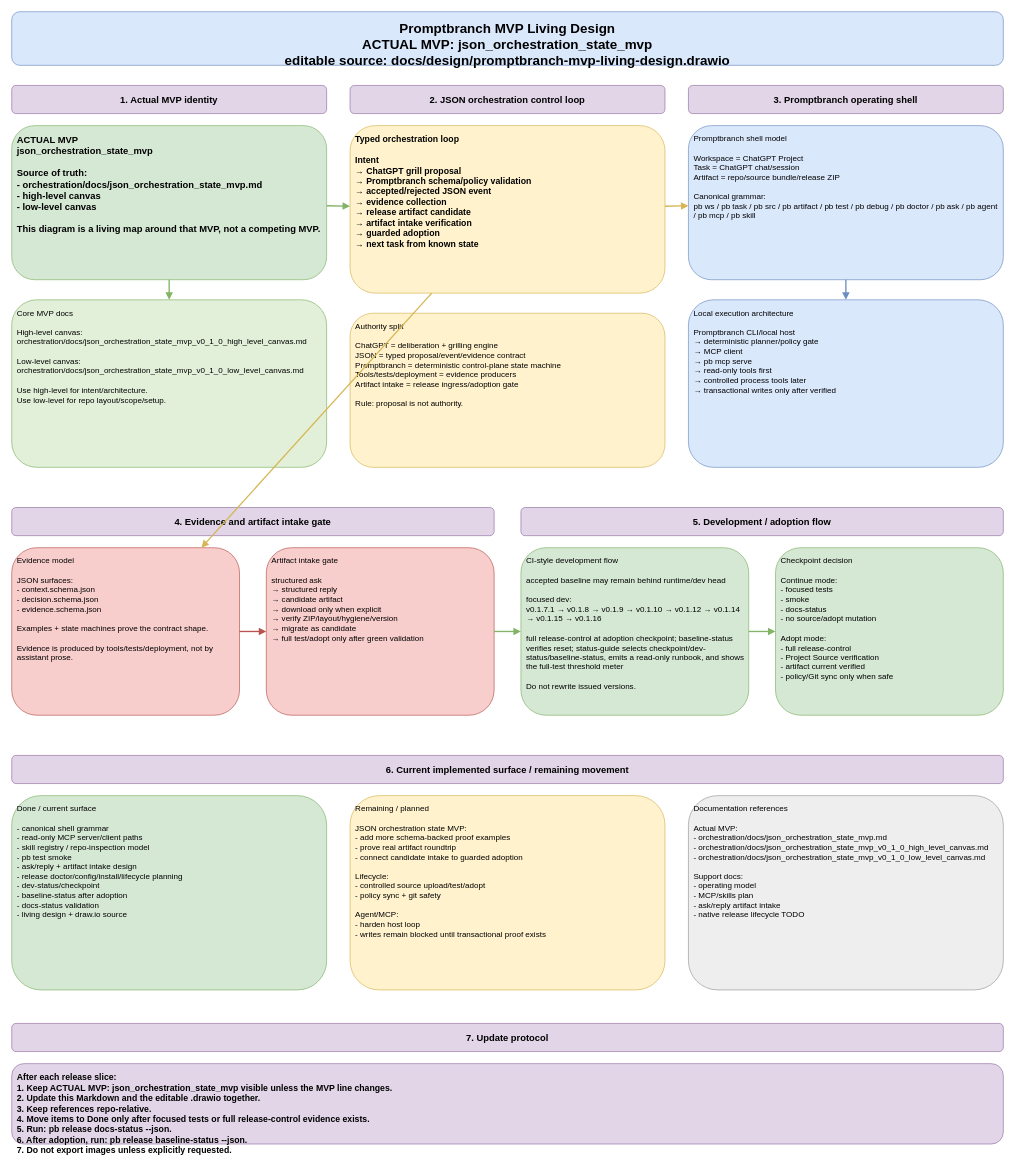
Before: docs/design/promptbranch-mvp-living-design.drawio in spikkie/promptbranch, a draw.io diagram. Source tidied: cells renumbered, new cells numbered last; positions are measured from the earlier drawing's top-left corner, leaving out a move shared by most shapes. Both pictures are drawn from the tidied source at 67%, with x=0, y=0 at pixel (11, 11).
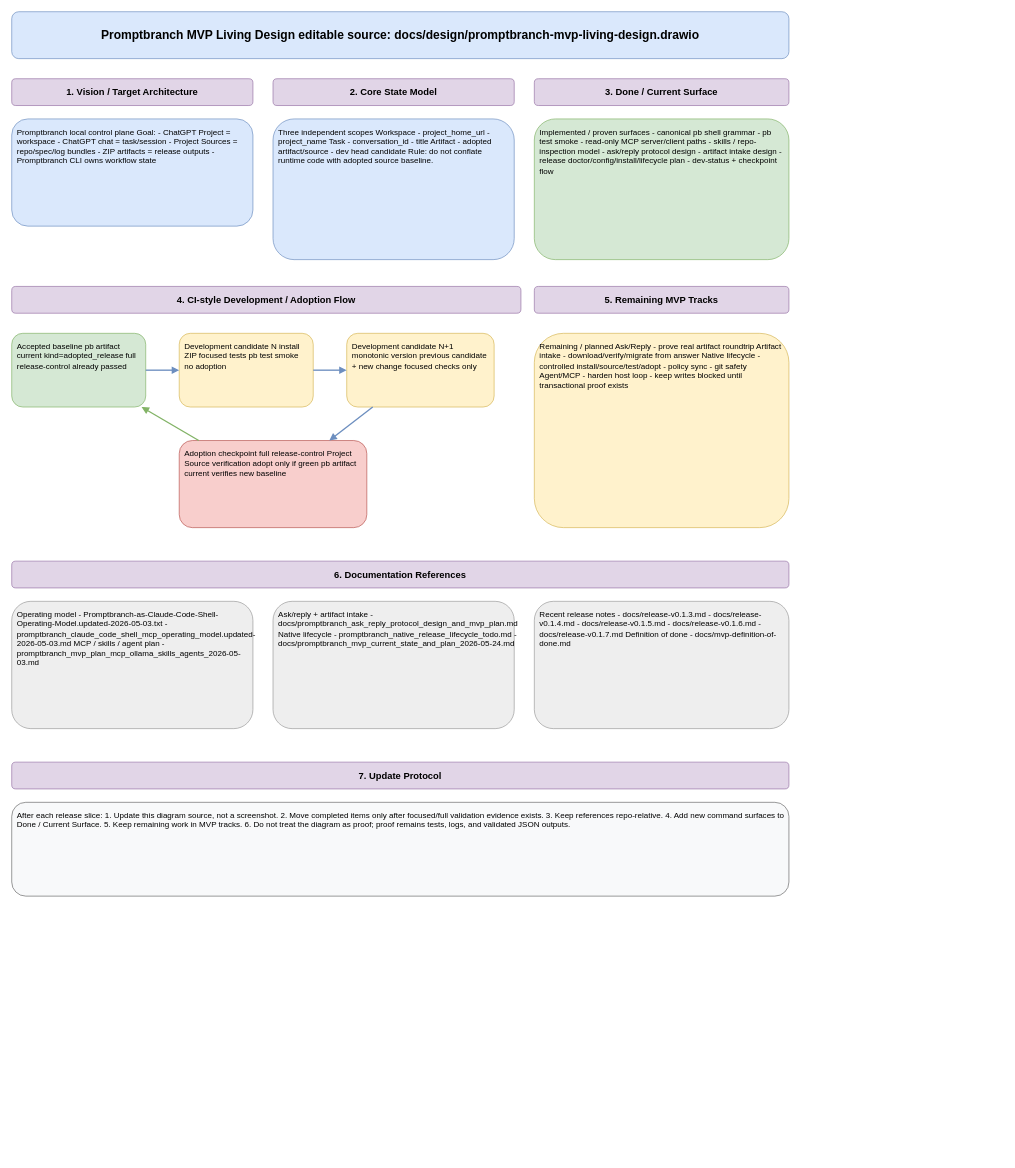
The same page after the edit.

Change to the diagram source:
```diff
@@
-    <mxCell id="2" value="Promptbranch MVP Living Design&#10;ACTUAL MVP: json_orchestration_state_mvp&#10;editable source: docs/design/promptbranch-mvp-living-design.drawio" style="rounded=1;whiteSpace=wrap;html=1;fillColor=#dae8fc;strokeColor=#6c8ebf;fontSize=20;align=center;verticalAlign=top;spacing=8;fontStyle=1;" parent="1" vertex="1">
-      <mxGeometry width="1480" height="80" as="geometry" />
+    <mxCell id="2" value="Promptbranch MVP Living Design editable source: docs/design/promptbranch-mvp-living-design.drawio" style="rounded=1;whiteSpace=wrap;html=1;fillColor=#dae8fc;strokeColor=#6c8ebf;fontStyle=1;fontSize=18;align=center;verticalAlign=middle;" parent="1" vertex="1">
+      <mxGeometry width="1160" height="70" as="geometry" />
     </mxCell>
-    <mxCell id="3" value="1. Actual MVP identity" style="rounded=1;whiteSpace=wrap;html=1;fillColor=#e1d5e7;strokeColor=#9673a6;fontSize=14;align=center;verticalAlign=top;spacing=8;fontStyle=1;" parent="1" vertex="1">
-      <mxGeometry y="110" width="470" height="42" as="geometry" />
-    </mxCell>
-    <mxCell id="4" value="2. JSON orchestration control loop" style="rounded=1;whiteSpace=wrap;html=1;fillColor=#e1d5e7;strokeColor=#9673a6;fontSize=14;align=center;verticalAlign=top;spacing=8;fontStyle=1;" parent="1" vertex="1">
-      <mxGeometry x="505" y="110" width="470" height="42" as="geometry" />
-    </mxCell>
-    <mxCell id="5" value="3. Promptbranch operating shell" style="rounded=1;whiteSpace=wrap;html=1;fillColor=#e1d5e7;strokeColor=#9673a6;fontSize=14;align=center;verticalAlign=top;spacing=8;fontStyle=1;" parent="1" vertex="1">
-      <mxGeometry x="1010" y="110" width="470" height="42" as="geometry" />
-    </mxCell>
-    <mxCell id="6" value="ACTUAL MVP&#10;json_orchestration_state_mvp&#10;&#10;Source of truth:&#10;- orchestration/docs/json_orchestration_state_mvp.md&#10;- high-level canvas&#10;- low-level canvas&#10;&#10;This diagram is a living map around that MVP, not a competing MVP." style="rounded=1;whiteSpace=wrap;html=1;fillColor=#d5e8d4;strokeColor=#82b366;fontSize=14;align=left;verticalAlign=top;spacing=8;fontStyle=1;" parent="1" vertex="1">
-      <mxGeometry y="170" width="470" height="230" as="geometry" />
-    </mxCell>
-    <mxCell id="7" value="Core MVP docs&#10;&#10;High-level canvas:&#10;orchestration/docs/json_orchestration_state_mvp_v0_1_0_high_level_canvas.md&#10;&#10;Low-level canvas:&#10;orchestration/docs/json_orchestration_state_mvp_v0_1_0_low_level_canvas.md&#10;&#10;Use high-level for intent/architecture.&#10;Use low-level for repo layout/scope/setup." style="rounded=1;whiteSpace=wrap;html=1;fillColor=#e2f0d9;strokeColor=#82b366;fontSize=12;align=left;verticalAlign=top;spacing=8;" parent="1" vertex="1">
-      <mxGeometry y="430" width="470" height="250" as="geometry" />
-    </mxCell>
-    <mxCell id="8" value="Typed orchestration loop&#10;&#10;Intent&#10;→ ChatGPT grill proposal&#10;→ Promptbranch schema/policy validation&#10;→ accepted/rejected JSON event&#10;→ evidence collection&#10;→ release artifact candidate&#10;→ artifact intake verification&#10;→ guarded adoption&#10;→ next task from known state" style="rounded=1;whiteSpace=wrap;html=1;fillColor=#fff2cc;strokeColor=#d6b656;fontSize=13;align=left;verticalAlign=top;spacing=8;fontStyle=1;" parent="1" vertex="1">
-      <mxGeometry x="505" y="170" width="470" height="250" as="geometry" />
-    </mxCell>
-    <mxCell id="9" value="Authority split&#10;&#10;ChatGPT = deliberation + grilling engine&#10;JSON = typed proposal/event/evidence contract&#10;Promptbranch = deterministic control-plane state machine&#10;Tools/tests/deployment = evidence producers&#10;Artifact intake = release ingress/adoption gate&#10;&#10;Rule: proposal is not authority." style="rounded=1;whiteSpace=wrap;html=1;fillColor=#fff2cc;strokeColor=#d6b656;fontSize=12;align=left;verticalAlign=top;spacing=8;" parent="1" vertex="1">
-      <mxGeometry x="505" y="450" width="470" height="230" as="geometry" />
-    </mxCell>
-    <mxCell id="10" value="Promptbranch shell model&#10;&#10;Workspace = ChatGPT Project&#10;Task = ChatGPT chat/session&#10;Artifact = repo/source bundle/release ZIP&#10;&#10;Canonical grammar:&#10;pb ws / pb task / pb src / pb artifact / pb test / pb debug / pb doctor / pb ask / pb agent / pb mcp / pb skill" style="rounded=1;whiteSpace=wrap;html=1;fillColor=#dae8fc;strokeColor=#6c8ebf;fontSize=12;align=left;verticalAlign=top;spacing=8;" parent="1" vertex="1">
-      <mxGeometry x="1010" y="170" width="470" height="230" as="geometry" />
-    </mxCell>
-    <mxCell id="11" value="Local execution architecture&#10;&#10;Promptbranch CLI/local host&#10;→ deterministic planner/policy gate&#10;→ MCP client&#10;→ pb mcp serve&#10;→ read-only tools first&#10;→ controlled process tools later&#10;→ transactional writes only after verified" style="rounded=1;whiteSpace=wrap;html=1;fillColor=#dae8fc;strokeColor=#6c8ebf;fontSize=12;align=left;verticalAlign=top;spacing=8;" parent="1" vertex="1">
-      <mxGeometry x="1010" y="430" width="470" height="250" as="geometry" />
-    </mxCell>
-    <mxCell id="12" style="endArrow=block;html=1;rounded=0;strokeWidth=2;strokeColor=#82b366;" parent="1" edge="1" source="6" target="8">
-      <mxGeometry relative="1" as="geometry" />
-    </mxCell>
-    <mxCell id="13" style="endArrow=block;html=1;rounded=0;strokeWidth=2;strokeColor=#d6b656;" parent="1" edge="1" source="8" target="10">
-      <mxGeometry relative="1" as="geometry" />
-    </mxCell>
-    <mxCell id="14" style="endArrow=block;html=1;rounded=0;strokeWidth=2;strokeColor=#6c8ebf;" parent="1" edge="1" source="10" target="11">
-      <mxGeometry relative="1" as="geometry" />
-    </mxCell>
-    <mxCell id="15" style="endArrow=block;html=1;rounded=0;strokeWidth=2;strokeColor=#82b366;" parent="1" edge="1" source="6" target="7">
-      <mxGeometry relative="1" as="geometry" />
-    </mxCell>
-    <mxCell id="16" value="4. Evidence and artifact intake gate" style="rounded=1;whiteSpace=wrap;html=1;fillColor=#e1d5e7;strokeColor=#9673a6;fontSize=14;align=center;verticalAlign=top;spacing=8;fontStyle=1;" parent="1" vertex="1">
-      <mxGeometry y="740" width="720" height="42" as="geometry" />
-    </mxCell>
-    <mxCell id="17" value="5. Development / adoption flow" style="rounded=1;whiteSpace=wrap;html=1;fillColor=#e1d5e7;strokeColor=#9673a6;fontSize=14;align=center;verticalAlign=top;spacing=8;fontStyle=1;" parent="1" vertex="1">
-      <mxGeometry x="760" y="740" width="720" height="42" as="geometry" />
-    </mxCell>
-    <mxCell id="18" value="Evidence model&#10;&#10;JSON surfaces:&#10;- context.schema.json&#10;- decision.schema.json&#10;- evidence.schema.json&#10;&#10;Examples + state machines prove the contract shape.&#10;&#10;Evidence is produced by tools/tests/deployment, not by assistant prose." style="rounded=1;whiteSpace=wrap;html=1;fillColor=#f8cecc;strokeColor=#b85450;fontSize=12;align=left;verticalAlign=top;spacing=8;" parent="1" vertex="1">
-      <mxGeometry y="800" width="340" height="250" as="geometry" />
-    </mxCell>
-    <mxCell id="19" value="Artifact intake gate&#10;&#10;structured ask&#10;→ structured reply&#10;→ candidate artifact&#10;→ download only when explicit&#10;→ verify ZIP/layout/hygiene/version&#10;→ migrate as candidate&#10;→ full test/adopt only after green validation" style="rounded=1;whiteSpace=wrap;html=1;fillColor=#f8cecc;strokeColor=#b85450;fontSize=12;align=left;verticalAlign=top;spacing=8;" parent="1" vertex="1">
-      <mxGeometry x="380" y="800" width="340" height="250" as="geometry" />
-    </mxCell>
-    <mxCell id="20" value="CI-style development flow&#10;&#10;accepted baseline may remain behind runtime/dev head&#10;&#10;focused dev:&#10;v0.1.7.1 → v0.1.8 → v0.1.9 → v0.1.10 → v0.1.12 → v0.1.14 → v0.1.15 → v0.1.16&#10;&#10;full release-control at adoption checkpoint; baseline-status verifies reset; status-guide selects checkpoint/dev-status/baseline-status, emits a read-only runbook, and shows the full-test threshold meter&#10;&#10;Do not rewrite issued versions." style="rounded=1;whiteSpace=wrap;html=1;fillColor=#d5e8d4;strokeColor=#82b366;fontSize=12;align=left;verticalAlign=top;spacing=8;" parent="1" vertex="1">
-      <mxGeometry x="760" y="800" width="340" height="250" as="geometry" />
-    </mxCell>
-    <mxCell id="21" value="Checkpoint decision&#10;&#10;Continue mode:&#10;- focused tests&#10;- smoke&#10;- docs-status&#10;- no source/adopt mutation&#10;&#10;Adopt mode:&#10;- full release-control&#10;- Project Source verification&#10;- artifact current verified&#10;- policy/Git sync only when safe" style="rounded=1;whiteSpace=wrap;html=1;fillColor=#d5e8d4;strokeColor=#82b366;fontSize=12;align=left;verticalAlign=top;spacing=8;" parent="1" vertex="1">
-      <mxGeometry x="1140" y="800" width="340" height="250" as="geometry" />
-    </mxCell>
-    <mxCell id="22" style="endArrow=block;html=1;rounded=0;strokeWidth=2;strokeColor=#d6b656;" parent="1" edge="1" source="8" target="18">
-      <mxGeometry relative="1" as="geometry" />
-    </mxCell>
-    <mxCell id="23" style="endArrow=block;html=1;rounded=0;strokeWidth=2;strokeColor=#b85450;" parent="1" edge="1" source="18" target="19">
-      <mxGeometry relative="1" as="geometry" />
-    </mxCell>
-    <mxCell id="24" style="endArrow=block;html=1;rounded=0;strokeWidth=2;strokeColor=#82b366;" parent="1" edge="1" source="19" target="20">
-      <mxGeometry relative="1" as="geometry" />
-    </mxCell>
-    <mxCell id="25" style="endArrow=block;html=1;rounded=0;strokeWidth=2;strokeColor=#82b366;" parent="1" edge="1" source="20" target="21">
-      <mxGeometry relative="1" as="geometry" />
-    </mxCell>
-    <mxCell id="26" value="6. Current implemented surface / remaining movement" style="rounded=1;whiteSpace=wrap;html=1;fillColor=#e1d5e7;strokeColor=#9673a6;fontSize=14;align=center;verticalAlign=top;spacing=8;fontStyle=1;" parent="1" vertex="1">
-      <mxGeometry y="1110" width="1480" height="42" as="geometry" />
-    </mxCell>
+    <mxCell id="32" value="1. Vision / Target Architecture" style="rounded=1;whiteSpace=wrap;html=1;fillColor=#e1d5e7;strokeColor=#9673a6;fontStyle=1;fontSize=14;align=center;verticalAlign=middle;" parent="1" vertex="1">
+      <mxGeometry y="100" width="360" height="40" as="geometry" />
+    </mxCell>
+    <mxCell id="33" value="2. Core State Model" style="rounded=1;whiteSpace=wrap;html=1;fillColor=#e1d5e7;strokeColor=#9673a6;fontStyle=1;fontSize=14;align=center;verticalAlign=middle;" parent="1" vertex="1">
+      <mxGeometry x="390" y="100" width="360" height="40" as="geometry" />
+    </mxCell>
+    <mxCell id="34" value="3. Done / Current Surface" style="rounded=1;whiteSpace=wrap;html=1;fillColor=#e1d5e7;strokeColor=#9673a6;fontStyle=1;fontSize=14;align=center;verticalAlign=middle;" parent="1" vertex="1">
+      <mxGeometry x="780" y="100" width="380" height="40" as="geometry" />
+    </mxCell>
+    <mxCell id="35" value="Promptbranch local control plane  Goal: - ChatGPT Project = workspace - ChatGPT chat = task/session - Project Sources = repo/spec/log bundles - ZIP artifacts = release outputs - Promptbranch CLI owns workflow state" style="rounded=1;whiteSpace=wrap;html=1;fillColor=#dae8fc;strokeColor=#6c8ebf;fontSize=12;align=left;verticalAlign=top;spacing=8;" parent="1" vertex="1">
+      <mxGeometry y="160" width="360" height="160" as="geometry" />
+    </mxCell>
+    <mxCell id="36" value="Three independent scopes  Workspace - project_home_url - project_name  Task - conversation_id - title  Artifact - adopted artifact/source - dev head candidate  Rule: do not conflate runtime code with adopted source baseline." style="rounded=1;whiteSpace=wrap;html=1;fillColor=#dae8fc;strokeColor=#6c8ebf;fontSize=12;align=left;verticalAlign=top;spacing=8;" parent="1" vertex="1">
+      <mxGeometry x="390" y="160" width="360" height="210" as="geometry" />
+    </mxCell>
-    <mxCell id="27" value="Done / current surface&#10;&#10;- canonical shell grammar&#10;- read-only MCP server/client paths&#10;- skill registry / repo-inspection model&#10;- pb test smoke&#10;- ask/reply + artifact intake design&#10;- release doctor/config/install/lifecycle planning&#10;- dev-status/checkpoint&#10;- baseline-status after adoption&#10;- docs-status validation&#10;- living design + draw.io source" style="rounded=1;whiteSpace=wrap;html=1;fillColor=#d5e8d4;strokeColor=#82b366;fontSize=12;align=left;verticalAlign=top;spacing=8;" parent="1" vertex="1">
-      <mxGeometry y="1170" width="470" height="290" as="geometry" />
+    <mxCell id="27" value="Implemented / proven surfaces  - canonical pb shell grammar - pb test smoke - read-only MCP server/client paths - skills / repo-inspection model - ask/reply protocol design - artifact intake design - release doctor/config/install/lifecycle plan - dev-status + checkpoint flow" style="rounded=1;whiteSpace=wrap;html=1;fillColor=#d5e8d4;strokeColor=#82b366;fontSize=12;align=left;verticalAlign=top;spacing=8;" parent="1" vertex="1">
+      <mxGeometry x="780" y="160" width="380" height="210" as="geometry" />
     </mxCell>
+    <mxCell id="37" value="4. CI-style Development / Adoption Flow" style="rounded=1;whiteSpace=wrap;html=1;fillColor=#e1d5e7;strokeColor=#9673a6;fontStyle=1;fontSize=14;align=center;verticalAlign=middle;" parent="1" vertex="1">
+      <mxGeometry y="410" width="760" height="40" as="geometry" />
+    </mxCell>
+    <mxCell id="38" value="5. Remaining MVP Tracks" style="rounded=1;whiteSpace=wrap;html=1;fillColor=#e1d5e7;strokeColor=#9673a6;fontStyle=1;fontSize=14;align=center;verticalAlign=middle;" parent="1" vertex="1">
+      <mxGeometry x="780" y="410" width="380" height="40" as="geometry" />
+    </mxCell>
+    <mxCell id="39" value="Accepted baseline  pb artifact current kind=adopted_release full release-control already passed" style="rounded=1;whiteSpace=wrap;html=1;fillColor=#d5e8d4;strokeColor=#82b366;fontSize=12;align=left;verticalAlign=top;spacing=8;" parent="1" vertex="1">
+      <mxGeometry y="480" width="200" height="110" as="geometry" />
+    </mxCell>
+    <mxCell id="40" value="Development candidate N  install ZIP focused tests pb test smoke no adoption" style="rounded=1;whiteSpace=wrap;html=1;fillColor=#fff2cc;strokeColor=#d6b656;fontSize=12;align=left;verticalAlign=top;spacing=8;" parent="1" vertex="1">
+      <mxGeometry x="250" y="480" width="200" height="110" as="geometry" />
+    </mxCell>
+    <mxCell id="41" value="Development candidate N+1  monotonic version previous candidate + new change focused checks only" style="rounded=1;whiteSpace=wrap;html=1;fillColor=#fff2cc;strokeColor=#d6b656;fontSize=12;align=left;verticalAlign=top;spacing=8;" parent="1" vertex="1">
+      <mxGeometry x="500" y="480" width="220" height="110" as="geometry" />
+    </mxCell>
+    <mxCell id="42" value="Adoption checkpoint  full release-control Project Source verification adopt only if green pb artifact current verifies new baseline" style="rounded=1;whiteSpace=wrap;html=1;fillColor=#f8cecc;strokeColor=#b85450;fontSize=12;align=left;verticalAlign=top;spacing=8;" parent="1" vertex="1">
+      <mxGeometry x="250" y="640" width="280" height="130" as="geometry" />
+    </mxCell>
+    <mxCell id="43" style="endArrow=block;html=1;rounded=0;strokeWidth=2;strokeColor=#6c8ebf;" parent="1" edge="1" source="39" target="40">
+      <mxGeometry relative="1" as="geometry" />
+    </mxCell>
+    <mxCell id="44" style="endArrow=block;html=1;rounded=0;strokeWidth=2;strokeColor=#6c8ebf;" parent="1" edge="1" source="40" target="41">
+      <mxGeometry relative="1" as="geometry" />
+    </mxCell>
+    <mxCell id="45" style="endArrow=block;html=1;rounded=0;strokeWidth=2;strokeColor=#6c8ebf;" parent="1" edge="1" source="41" target="42">
+      <mxGeometry relative="1" as="geometry" />
+    </mxCell>
+    <mxCell id="46" style="endArrow=block;html=1;rounded=0;strokeWidth=2;strokeColor=#82b366;" parent="1" edge="1" source="42" target="39">
+      <mxGeometry relative="1" as="geometry" />
+    </mxCell>
-    <mxCell id="28" value="Remaining / planned&#10;&#10;JSON orchestration state MVP:&#10;- add more schema-backed proof examples&#10;- prove real artifact roundtrip&#10;- connect candidate intake to guarded adoption&#10;&#10;Lifecycle:&#10;- controlled source upload/test/adopt&#10;- policy sync + git safety&#10;&#10;Agent/MCP:&#10;- harden host loop&#10;- writes remain blocked until transactional proof exists" style="rounded=1;whiteSpace=wrap;html=1;fillColor=#fff2cc;strokeColor=#d6b656;fontSize=12;align=left;verticalAlign=top;spacing=8;" parent="1" vertex="1">
-      <mxGeometry x="505" y="1170" width="470" height="290" as="geometry" />
+    <mxCell id="28" value="Remaining / planned  Ask/Reply - prove real artifact roundtrip  Artifact intake - download/verify/migrate from answer  Native lifecycle - controlled install/source/test/adopt - policy sync - git safety  Agent/MCP - harden host loop - keep writes blocked until transactional proof exists" style="rounded=1;whiteSpace=wrap;html=1;fillColor=#fff2cc;strokeColor=#d6b656;fontSize=12;align=left;verticalAlign=top;spacing=8;" parent="1" vertex="1">
+      <mxGeometry x="780" y="480" width="380" height="290" as="geometry" />
     </mxCell>
-    <mxCell id="29" value="Documentation references&#10;&#10;Actual MVP:&#10;- orchestration/docs/json_orchestration_state_mvp.md&#10;- orchestration/docs/json_orchestration_state_mvp_v0_1_0_high_level_canvas.md&#10;- orchestration/docs/json_orchestration_state_mvp_v0_1_0_low_level_canvas.md&#10;&#10;Support docs:&#10;- operating model&#10;- MCP/skills plan&#10;- ask/reply artifact intake&#10;- native release lifecycle TODO" style="rounded=1;whiteSpace=wrap;html=1;fillColor=#eeeeee;strokeColor=#999999;fontSize=12;align=left;verticalAlign=top;spacing=8;" parent="1" vertex="1">
-      <mxGeometry x="1010" y="1170" width="470" height="290" as="geometry" />
-    </mxCell>
+    <mxCell id="47" value="6. Documentation References" style="rounded=1;whiteSpace=wrap;html=1;fillColor=#e1d5e7;strokeColor=#9673a6;fontStyle=1;fontSize=14;align=center;verticalAlign=middle;" parent="1" vertex="1">
+      <mxGeometry y="820" width="1160" height="40" as="geometry" />
+    </mxCell>
+    <mxCell id="48" value="Operating model  - Promptbranch-as-Claude-Code-Shell-Operating-Model.updated-2026-05-03.txt - promptbranch_claude_code_shell_mcp_operating_model.updated-2026-05-03.md  MCP / skills / agent plan  - promptbranch_mvp_plan_mcp_ollama_skills_agents_2026-05-03.md" style="rounded=1;whiteSpace=wrap;html=1;fillColor=#eeeeee;strokeColor=#999999;fontSize=12;align=left;verticalAlign=top;spacing=8;" parent="1" vertex="1">
+      <mxGeometry y="880" width="360" height="190" as="geometry" />
+    </mxCell>
+    <mxCell id="49" value="Ask/reply + artifact intake  - docs/promptbranch_ask_reply_protocol_design_and_mvp_plan.md  Native lifecycle  - promptbranch_native_release_lifecycle_todo.md - docs/promptbranch_mvp_current_state_and_plan_2026-05-24.md" style="rounded=1;whiteSpace=wrap;html=1;fillColor=#eeeeee;strokeColor=#999999;fontSize=12;align=left;verticalAlign=top;spacing=8;" parent="1" vertex="1">
+      <mxGeometry x="390" y="880" width="360" height="190" as="geometry" />
+    </mxCell>
+    <mxCell id="50" value="Recent release notes  - docs/release-v0.1.3.md - docs/release-v0.1.4.md - docs/release-v0.1.5.md - docs/release-v0.1.6.md - docs/release-v0.1.7.md  Definition of done - docs/mvp-definition-of-done.md" style="rounded=1;whiteSpace=wrap;html=1;fillColor=#eeeeee;strokeColor=#999999;fontSize=12;align=left;verticalAlign=top;spacing=8;" parent="1" vertex="1">
+      <mxGeometry x="780" y="880" width="380" height="190" as="geometry" />
+    </mxCell>
-    <mxCell id="30" value="7. Update protocol" style="rounded=1;whiteSpace=wrap;html=1;fillColor=#e1d5e7;strokeColor=#9673a6;fontSize=14;align=center;verticalAlign=top;spacing=8;fontStyle=1;" parent="1" vertex="1">
-      <mxGeometry y="1510" width="1480" height="42" as="geometry" />
+    <mxCell id="30" value="7. Update Protocol" style="rounded=1;whiteSpace=wrap;html=1;fillColor=#e1d5e7;strokeColor=#9673a6;fontStyle=1;fontSize=14;align=center;verticalAlign=middle;" parent="1" vertex="1">
+      <mxGeometry y="1120" width="1160" height="40" as="geometry" />
     </mxCell>
-    <mxCell id="31" value="After each release slice:&#10;1. Keep ACTUAL MVP: json_orchestration_state_mvp visible unless the MVP line changes.&#10;2. Update this Markdown and the editable .drawio together.&#10;3. Keep references repo-relative.&#10;4. Move items to Done only after focused tests or full release-control evidence exists.&#10;5. Run: pb release docs-status --json.&#10;6. After adoption, run: pb release baseline-status --json.&#10;7. Do not export images unless explicitly requested." style="rounded=1;whiteSpace=wrap;html=1;fillColor=#e1d5e7;strokeColor=#9673a6;fontSize=13;align=left;verticalAlign=top;spacing=8;fontStyle=1;" parent="1" vertex="1">
-      <mxGeometry y="1570" width="1480" height="120" as="geometry" />
+    <mxCell id="31" value="After each release slice: 1. Update this diagram source, not a screenshot. 2. Move completed items only after focused/full validation evidence exists. 3. Keep references repo-relative. 4. Add new command surfaces to Done / Current Surface. 5. Keep remaining work in MVP tracks. 6. Do not treat the diagram as proof; proof remains tests, logs, and validated JSON outputs." style="rounded=1;whiteSpace=wrap;html=1;fillColor=#f8f9fa;strokeColor=#666666;fontSize=12;align=left;verticalAlign=top;spacing=8;" parent="1" vertex="1">
+      <mxGeometry y="1180" width="1160" height="140" as="geometry" />
     </mxCell>
```
